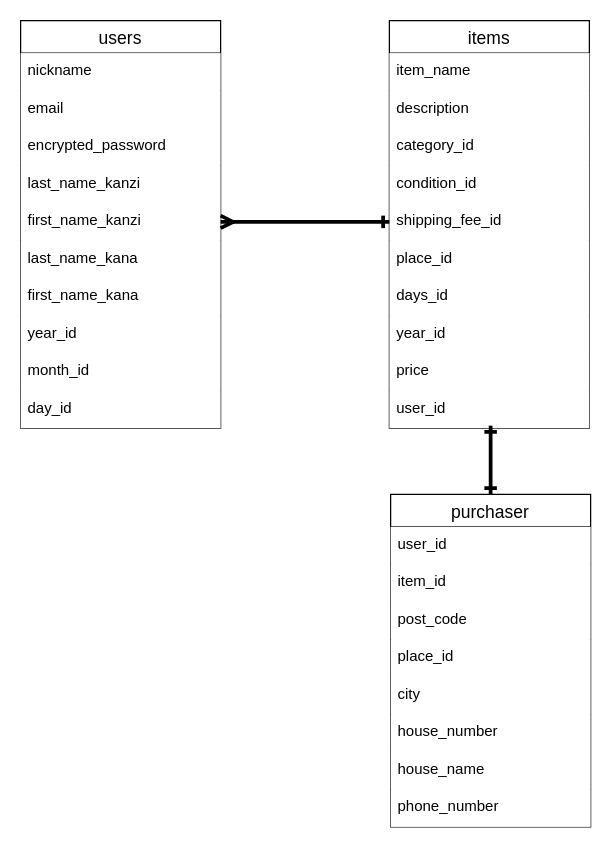
Above: furima.dio in FukuyamaTokuya/furima-4675 (draw.io), before the change. Source tidied: cells renumbered, new cells numbered last; positions are measured from the earlier drawing's top-left corner, leaving out a move shared by most shapes. Both pictures are drawn from the tidied source at 125%, with x=0, y=0 at pixel (20, 20).
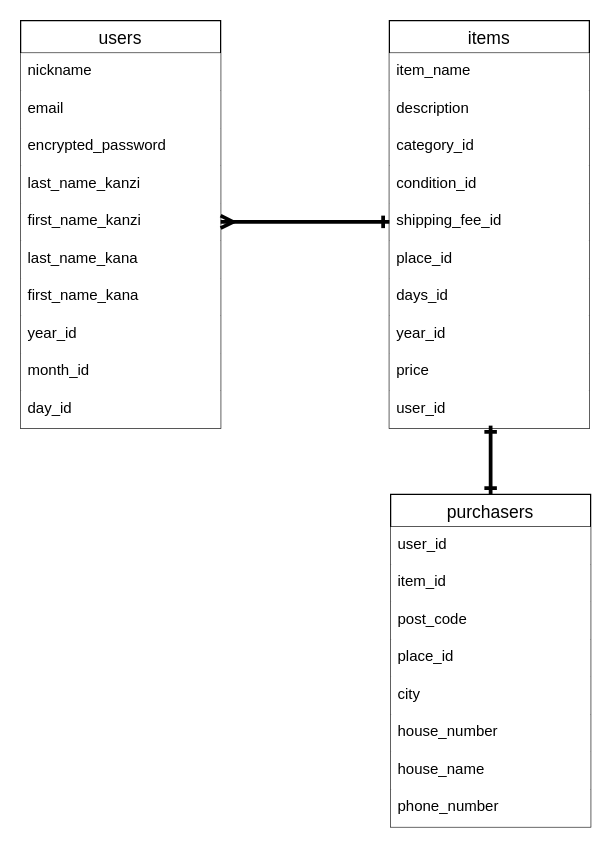
The same page after the edit.

What changed in the source:
```diff
@@
-    <mxCell id="25" value="purchaser" style="swimlane;fontStyle=0;horizontal=1;startSize=26;align=center;fontSize=14;" parent="1" vertex="1">
+    <mxCell id="25" value="purchasers" style="swimlane;fontStyle=0;horizontal=1;startSize=26;align=center;fontSize=14;" parent="1" vertex="1">
       <mxGeometry x="296" y="379" width="160" height="266" as="geometry" />
     </mxCell>
```
